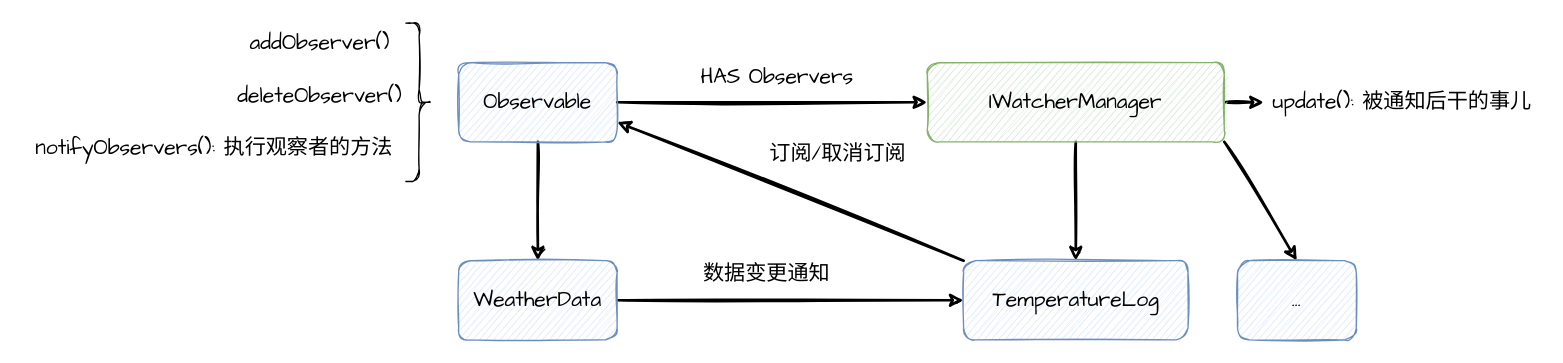
This is page "第 1 页" (1 of 2) of images/观察者模式.drawio from FangYuan33/head-first-design-patterns, a draw.io file, before an edit. Source tidied: cells renumbered, new cells numbered last; positions are measured from the earlier drawing's top-left corner, leaving out a move shared by most shapes. Both pictures are drawn from the tidied source at 132%, with x=0, y=0 at pixel (22, 22).
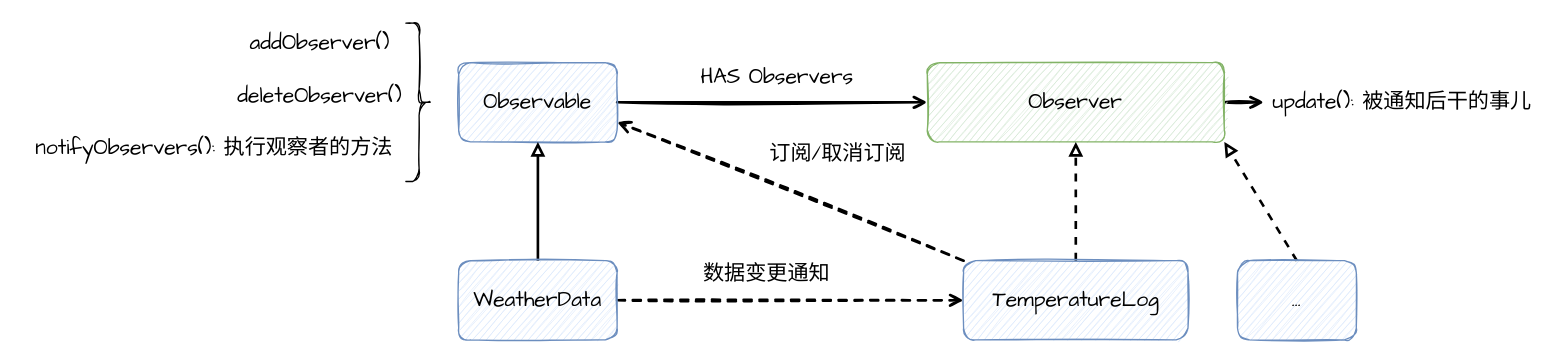
The same page after the edit.

The change refers to these unchanged cells:
```xml
<mxCell id="6" value="&lt;font style=&quot;font-size: 16px;&quot;&gt;Observable&lt;/font&gt;" style="rounded=1;whiteSpace=wrap;html=1;fillColor=#dae8fc;strokeColor=#6c8ebf;sketch=1;fontFamily=Comic Sans MS;" parent="1" vertex="1">
  <mxGeometry x="330" y="30" width="120" height="60" as="geometry" />
</mxCell>
<mxCell id="7" value="&lt;span style=&quot;font-size: 16px;&quot;&gt;WeatherData&lt;/span&gt;" style="rounded=1;whiteSpace=wrap;html=1;fillColor=#dae8fc;strokeColor=#6c8ebf;sketch=1;fontFamily=Comic Sans MS;" parent="1" vertex="1">
  <mxGeometry x="330" y="180" width="120" height="60" as="geometry" />
</mxCell>
<mxCell id="13" value="&lt;span style=&quot;font-size: 16px;&quot;&gt;TemperatureLog&lt;/span&gt;" style="rounded=1;whiteSpace=wrap;html=1;fillColor=#dae8fc;strokeColor=#6c8ebf;sketch=1;fontFamily=Comic Sans MS;" parent="1" vertex="1">
  <mxGeometry x="712.5" y="180" width="170" height="60" as="geometry" />
</mxCell>
<mxCell id="14" value="&lt;span style=&quot;font-size: 16px;&quot;&gt;...&lt;/span&gt;" style="rounded=1;whiteSpace=wrap;html=1;fillColor=#dae8fc;strokeColor=#6c8ebf;sketch=1;fontFamily=Comic Sans MS;" parent="1" vertex="1">
  <mxGeometry x="920" y="180" width="90" height="60" as="geometry" />
</mxCell>
<mxCell id="19" value="update(): 被通知后干的事儿" style="text;html=1;strokeColor=none;fillColor=none;align=center;verticalAlign=middle;whiteSpace=wrap;rounded=0;sketch=1;fontFamily=Comic Sans MS;fontSize=16;" parent="1" vertex="1">
  <mxGeometry x="940" y="45" width="210" height="30" as="geometry" />
</mxCell>
```

What changed in the source:
```diff
@@
-    <mxCell id="2" style="edgeStyle=orthogonalEdgeStyle;rounded=0;jettySize=auto;html=1;entryX=0.5;entryY=0;entryDx=0;entryDy=0;fontFamily=Comic Sans MS;fontSize=16;sketch=1;strokeWidth=2;" parent="1" edge="1" source="6" target="7">
-      <mxGeometry relative="1" as="geometry" />
-    </mxCell>
-    <mxCell id="3" style="edgeStyle=orthogonalEdgeStyle;rounded=0;sketch=1;jettySize=auto;html=1;strokeWidth=2;fontFamily=Comic Sans MS;fontSize=16;" parent="1" edge="1" source="6" target="11">
+    <mxCell id="3" style="edgeStyle=orthogonalEdgeStyle;rounded=0;sketch=1;jettySize=auto;html=1;strokeWidth=2;fontFamily=Comic Sans MS;fontSize=16;endArrow=open;endFill=0;" parent="1" edge="1" source="6" target="11">
       <mxGeometry relative="1" as="geometry" />
     </mxCell>
@@
-    <mxCell id="5" value="数据变更通知" style="edgeStyle=none;rounded=0;sketch=1;jettySize=auto;html=1;exitX=1;exitY=0.5;exitDx=0;exitDy=0;entryX=0;entryY=0.5;entryDx=0;entryDy=0;strokeWidth=2;fontFamily=Comic Sans MS;fontSize=16;" parent="1" edge="1" source="7" target="13">
+    <mxCell id="5" value="数据变更通知" style="edgeStyle=none;rounded=0;sketch=1;jettySize=auto;html=1;exitX=1;exitY=0.5;exitDx=0;exitDy=0;entryX=0;entryY=0.5;entryDx=0;entryDy=0;strokeWidth=2;fontFamily=Comic Sans MS;fontSize=16;dashed=1;endArrow=open;endFill=0;" parent="1" edge="1" source="7" target="13">
       <mxGeometry x="-0.14" y="20" relative="1" as="geometry" />
     </mxCell>
@@
+    <mxCell id="20" style="edgeStyle=none;rounded=0;jettySize=auto;html=1;strokeWidth=2;endArrow=block;endFill=0;" parent="1" edge="1" source="7" target="6">
+      <mxGeometry relative="1" as="geometry" />
+    </mxCell>
@@
-    <mxCell id="8" style="edgeStyle=orthogonalEdgeStyle;rounded=0;sketch=1;jettySize=auto;html=1;strokeWidth=2;fontFamily=Comic Sans MS;fontSize=16;" parent="1" edge="1" source="11" target="13">
-      <mxGeometry relative="1" as="geometry" />
-    </mxCell>
-    <mxCell id="9" style="edgeStyle=none;rounded=0;sketch=1;jettySize=auto;html=1;exitX=1;exitY=1;exitDx=0;exitDy=0;entryX=0.5;entryY=0;entryDx=0;entryDy=0;strokeWidth=2;fontFamily=Comic Sans MS;fontSize=16;" parent="1" edge="1" source="11" target="14">
-      <mxGeometry relative="1" as="geometry" />
-    </mxCell>
-    <mxCell id="10" style="edgeStyle=none;rounded=0;sketch=1;jettySize=auto;html=1;strokeWidth=2;fontFamily=Comic Sans MS;fontSize=16;" parent="1" edge="1" source="11" target="19">
+    <mxCell id="10" style="edgeStyle=none;rounded=0;sketch=1;jettySize=auto;html=1;strokeWidth=2;fontFamily=Comic Sans MS;fontSize=16;endArrow=open;endFill=0;" parent="1" edge="1" source="11" target="19">
       <mxGeometry relative="1" as="geometry" />
     </mxCell>
-    <mxCell id="11" value="&lt;span style=&quot;font-size: 16px;&quot;&gt;IWatcherManager&lt;/span&gt;" style="rounded=1;whiteSpace=wrap;html=1;fillColor=#d5e8d4;strokeColor=#82b366;sketch=1;fontFamily=Comic Sans MS;" parent="1" vertex="1">
+    <mxCell id="11" value="&lt;span style=&quot;font-size: 16px;&quot;&gt;Observer&lt;/span&gt;" style="rounded=1;whiteSpace=wrap;html=1;fillColor=#d5e8d4;strokeColor=#82b366;sketch=1;fontFamily=Comic Sans MS;" parent="1" vertex="1">
       <mxGeometry x="685" y="30" width="225" height="60" as="geometry" />
     </mxCell>
-    <mxCell id="12" value="订阅/取消订阅" style="rounded=0;sketch=1;jettySize=auto;html=1;exitX=0;exitY=0;exitDx=0;exitDy=0;entryX=1;entryY=0.75;entryDx=0;entryDy=0;strokeWidth=2;fontFamily=Comic Sans MS;fontSize=16;" parent="1" edge="1" source="13" target="6">
+    <mxCell id="12" value="订阅/取消订阅" style="rounded=0;sketch=1;jettySize=auto;html=1;exitX=0;exitY=0;exitDx=0;exitDy=0;entryX=1;entryY=0.75;entryDx=0;entryDy=0;strokeWidth=2;fontFamily=Comic Sans MS;fontSize=16;dashed=1;endArrow=open;endFill=0;" parent="1" edge="1" source="13" target="6">
       <mxGeometry x="-0.16" y="-40" relative="1" as="geometry" />
     </mxCell>
+    <mxCell id="21" style="edgeStyle=orthogonalEdgeStyle;rounded=0;jettySize=auto;html=1;endArrow=block;endFill=0;strokeWidth=2;dashed=1;" parent="1" edge="1" source="13" target="11">
+      <mxGeometry relative="1" as="geometry" />
+    </mxCell>
@@
+    <mxCell id="22" style="rounded=0;jettySize=auto;html=1;exitX=0.5;exitY=0;exitDx=0;exitDy=0;entryX=1;entryY=1;entryDx=0;entryDy=0;dashed=1;strokeWidth=2;endArrow=block;endFill=0;" parent="1" edge="1" source="14" target="11">
+      <mxGeometry relative="1" as="geometry" />
+    </mxCell>
```
